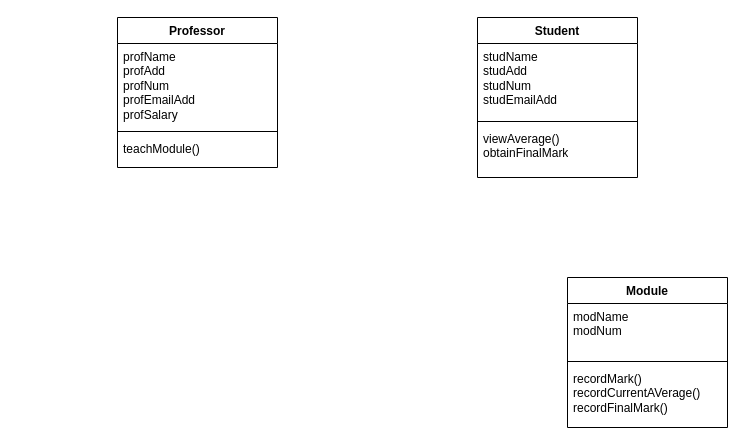
Before: Class Diagram exercise.drawio in JussSelenite/JussSelenite, a draw.io diagram. Source tidied: cells renumbered, new cells numbered last; positions are measured from the earlier drawing's top-left corner, leaving out a move shared by most shapes. Both pictures are drawn from the tidied source at 100%, with x=0, y=0 at pixel (117, 17).
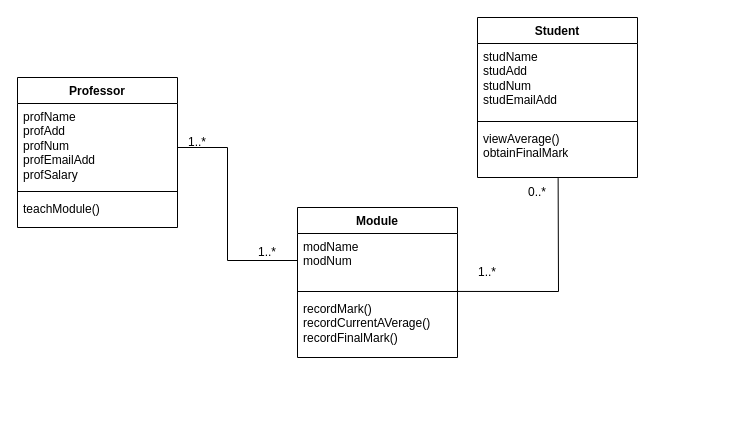
The same diagram, later.

Unchanged cells that the change refers to:
```xml
<mxCell id="9" value="viewAverage()&lt;br&gt;obtainFinalMark" style="text;strokeColor=none;fillColor=none;align=left;verticalAlign=top;spacingLeft=4;spacingRight=4;overflow=hidden;points=[[0,0.5],[1,0.5]];portConstraint=eastwest;whiteSpace=wrap;html=1;" parent="6" vertex="1">
  <mxGeometry y="108" width="160" height="52" as="geometry" />
</mxCell>
<mxCell id="11" value="modName&lt;br&gt;modNum" style="text;strokeColor=none;fillColor=none;align=left;verticalAlign=top;spacingLeft=4;spacingRight=4;overflow=hidden;points=[[0,0.5],[1,0.5]];portConstraint=eastwest;whiteSpace=wrap;html=1;" parent="10" vertex="1">
  <mxGeometry y="26" width="160" height="54" as="geometry" />
</mxCell>
```

Diff of the diagram source:
```diff
@@
     <mxCell id="2" value="Professor" style="swimlane;fontStyle=1;align=center;verticalAlign=top;horizontal=1;startSize=26;whiteSpace=wrap;html=1;" parent="1" vertex="1">
-      <mxGeometry width="160" height="150" as="geometry" />
+      <mxGeometry x="-100" y="60" width="160" height="150" as="geometry" />
     </mxCell>
@@
     <mxCell id="10" value="Module" style="swimlane;fontStyle=1;align=center;verticalAlign=top;horizontal=1;startSize=26;whiteSpace=wrap;html=1;" parent="1" vertex="1">
-      <mxGeometry x="450" y="260" width="160" height="150" as="geometry" />
+      <mxGeometry x="180" y="190" width="160" height="150" as="geometry" />
     </mxCell>
@@
+    <mxCell id="14" style="endArrow=none;html=1;rounded=0;exitX=0.504;exitY=1.012;exitDx=0;exitDy=0;exitPerimeter=0;entryX=0.992;entryY=1.073;entryDx=0;entryDy=0;entryPerimeter=0;" parent="1" edge="1" source="9" target="11">
+      <mxGeometry relative="1" as="geometry">
+        <Array as="points">
+          <mxPoint x="441" y="274" />
+        </Array>
+      </mxGeometry>
+    </mxCell>
+    <mxCell id="15" style="endArrow=none;html=1;rounded=0;entryX=0;entryY=0.5;entryDx=0;entryDy=0;" parent="1" edge="1" target="11">
+      <mxGeometry relative="1" as="geometry">
+        <mxPoint x="60" y="130" as="sourcePoint" />
+        <Array as="points">
+          <mxPoint x="110" y="130" />
+          <mxPoint x="110" y="243" />
+        </Array>
+      </mxGeometry>
+    </mxCell>
+    <mxCell id="16" value="1..*" style="text;html=1;strokeColor=none;fillColor=none;align=center;verticalAlign=middle;whiteSpace=wrap;rounded=0;" parent="1" vertex="1">
+      <mxGeometry x="340" y="240" width="60" height="30" as="geometry" />
+    </mxCell>
+    <mxCell id="17" value="1..*" style="text;html=1;strokeColor=none;fillColor=none;align=center;verticalAlign=middle;whiteSpace=wrap;rounded=0;" parent="1" vertex="1">
+      <mxGeometry x="120" y="220" width="60" height="30" as="geometry" />
+    </mxCell>
+    <mxCell id="18" value="1..*" style="text;html=1;strokeColor=none;fillColor=none;align=center;verticalAlign=middle;whiteSpace=wrap;rounded=0;" parent="1" vertex="1">
+      <mxGeometry x="50" y="110" width="60" height="30" as="geometry" />
+    </mxCell>
+    <mxCell id="19" value="0..*" style="text;html=1;strokeColor=none;fillColor=none;align=center;verticalAlign=middle;whiteSpace=wrap;rounded=0;" parent="1" vertex="1">
+      <mxGeometry x="390" y="160" width="60" height="30" as="geometry" />
+    </mxCell>
```
